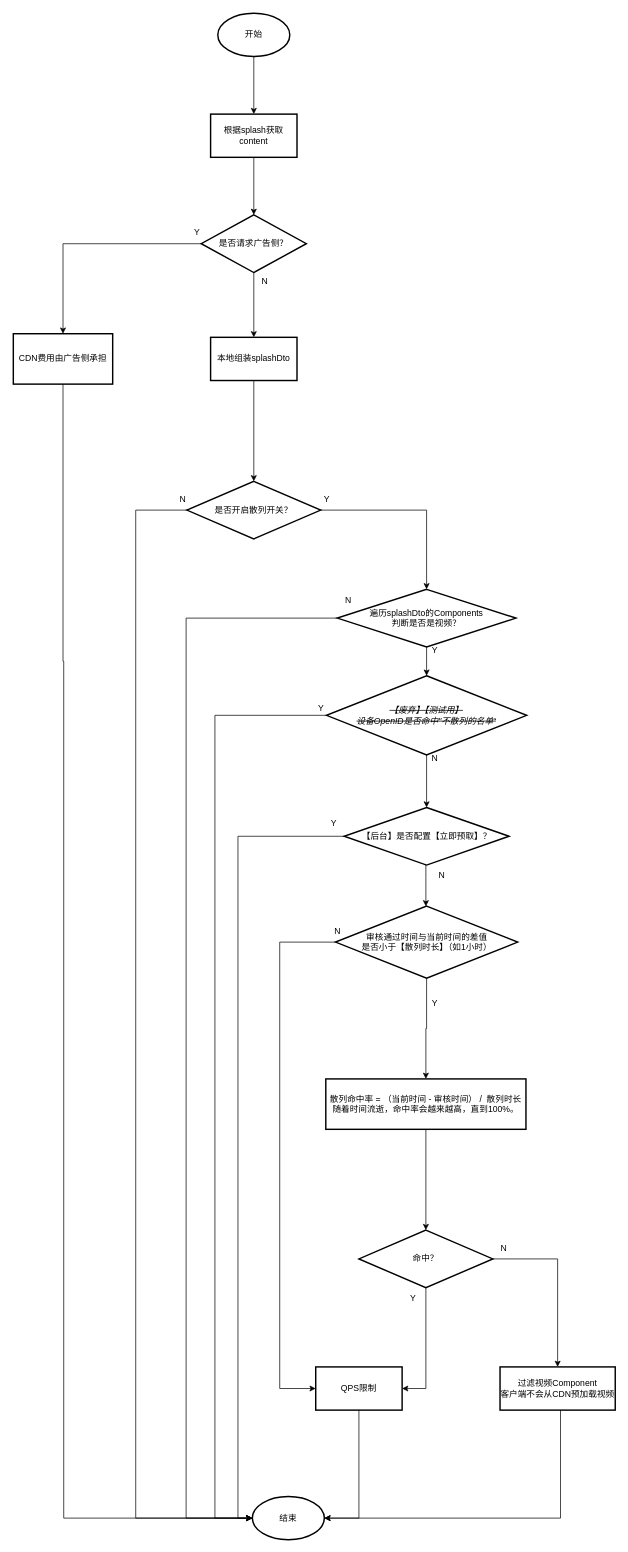
Above: 21767369 闪屏CDN流量问题修复.drawio in ETHAN0430/draw.io.repo (draw.io), before the change. Source tidied: cells renumbered, new cells numbered last; positions are measured from the earlier drawing's top-left corner, leaving out a move shared by most shapes. Both pictures are drawn from the tidied source at 72%, with x=0, y=0 at pixel (13, 13).
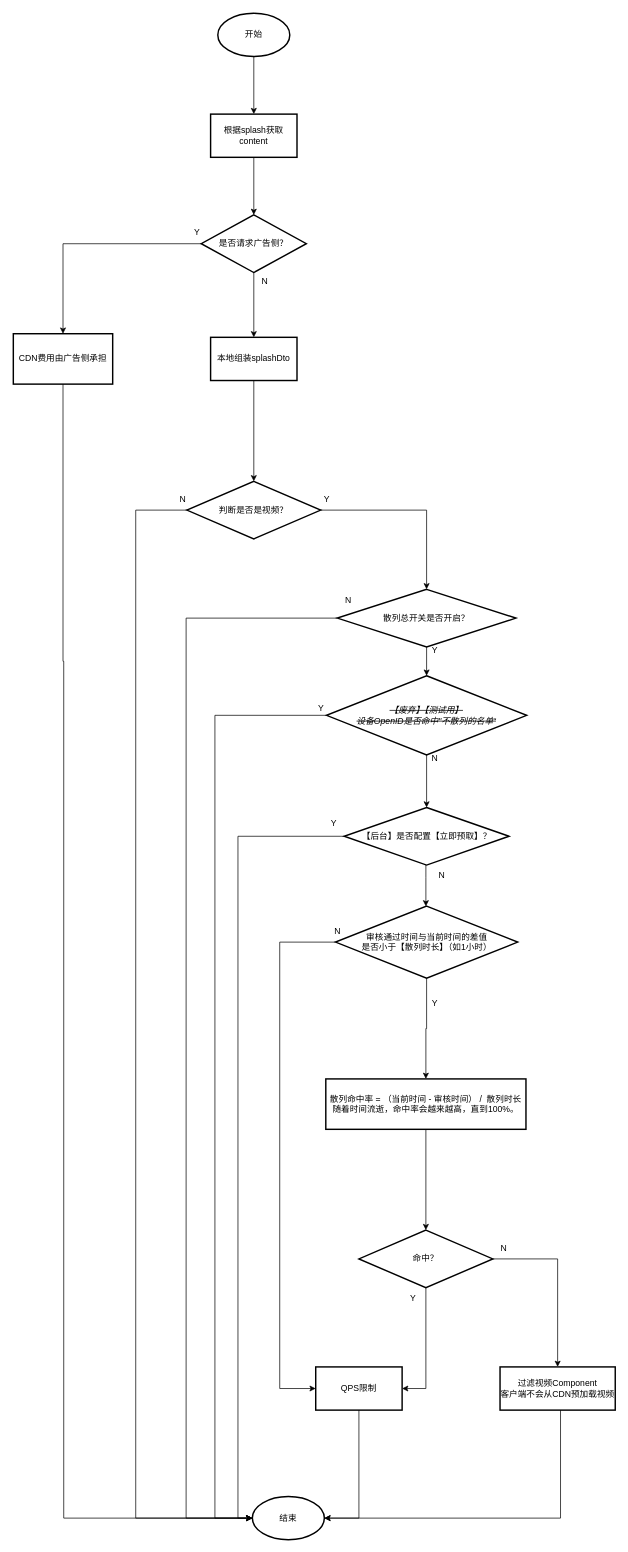
The same diagram, later.

Commit message:
更新21767369 闪屏CDN流量问题修复.drawio

What changed in the source:
```diff
@@
-    <mxCell id="18" value="遍历splashDto的Components&lt;br&gt;判断是否是视频？" style="rhombus;whiteSpace=wrap;html=1;strokeWidth=2;" parent="1" vertex="1">
+    <mxCell id="18" value="散列总开关是否开启？" style="rhombus;whiteSpace=wrap;html=1;strokeWidth=2;" parent="1" vertex="1">
       <mxGeometry x="450" y="800" width="248" height="80" as="geometry" />
     </mxCell>
@@
-    <mxCell id="22" value="是否开启散列开关？" style="rhombus;whiteSpace=wrap;html=1;strokeWidth=2;" parent="1" vertex="1">
+    <mxCell id="22" value="判断是否是视频？" style="rhombus;whiteSpace=wrap;html=1;strokeWidth=2;" parent="1" vertex="1">
       <mxGeometry x="241" y="650" width="186" height="80" as="geometry" />
     </mxCell>
```
